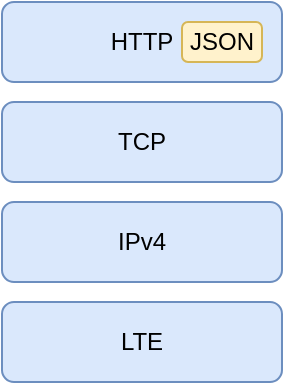
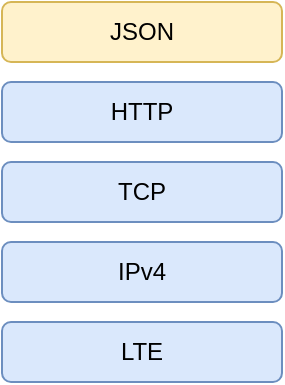
<mxfile host="app.diagrams.net">
  <diagram name="Strona-1" id="DPsqSI-zgmFPrYd2Tdto">
    <mxGraphModel dx="386" dy="389" grid="1" gridSize="10" guides="1" tooltips="1" connect="1" arrows="1" fold="1" page="1" pageScale="1" pageWidth="827" pageHeight="1169" math="0" shadow="0">
      <root>
        <mxCell id="0" />
        <mxCell id="1" parent="0" />
        <mxCell id="S_G5nw2y3s7snTzaHKGq-5" parent="1" style="rounded=1;whiteSpace=wrap;html=1;fillColor=#dae8fc;strokeColor=#6c8ebf;" value="LTE" vertex="1">
-           <mxGeometry height="40" width="140" x="340" y="390" as="geometry" />
+           <mxGeometry height="30" width="140" x="340" y="350" as="geometry" />
        </mxCell>
        <mxCell id="S_G5nw2y3s7snTzaHKGq-6" parent="1" style="rounded=1;whiteSpace=wrap;html=1;fillColor=#dae8fc;strokeColor=#6c8ebf;" value="IPv4" vertex="1">
-           <mxGeometry height="40" width="140" x="340" y="340" as="geometry" />
+           <mxGeometry height="30" width="140" x="340" y="310" as="geometry" />
        </mxCell>
        <mxCell id="S_G5nw2y3s7snTzaHKGq-7" parent="1" style="rounded=1;whiteSpace=wrap;html=1;fillColor=#dae8fc;strokeColor=#6c8ebf;" value="TCP" vertex="1">
-           <mxGeometry height="40" width="140" x="340" y="290" as="geometry" />
+           <mxGeometry height="30" width="140" x="340" y="270" as="geometry" />
        </mxCell>
-         <mxCell id="S_G5nw2y3s7snTzaHKGq-8" parent="1" style="rounded=1;whiteSpace=wrap;html=1;fillColor=#dae8fc;strokeColor=#6c8ebf;" value="HTTP" vertex="1">
-           <mxGeometry height="40" width="140" x="340" y="240" as="geometry" />
+         <mxCell id="S_G5nw2y3s7snTzaHKGq-8" parent="1" style="rounded=1;whiteSpace=wrap;html=1;fillColor=#dae8fc;strokeColor=#6c8ebf;align=center;" value="HTTP" vertex="1">
+           <mxGeometry height="30" width="140" x="340" y="230" as="geometry" />
        </mxCell>
-         <mxCell id="S_G5nw2y3s7snTzaHKGq-10" parent="1" style="rounded=1;whiteSpace=wrap;html=1;fillColor=#fff2cc;strokeColor=#d6b656;" value="JSON" vertex="1">
-           <mxGeometry height="20" width="40" x="430" y="250" as="geometry" />
+         <mxCell id="XHBb5Jzm9zoNuMk2Fquy-1" parent="1" style="rounded=1;whiteSpace=wrap;html=1;fillColor=#fff2cc;strokeColor=#d6b656;align=center;" value="JSON" vertex="1">
+           <mxGeometry height="30" width="140" x="340" y="190" as="geometry" />
        </mxCell>
      </root>
    </mxGraphModel>
  </diagram>
</mxfile>
